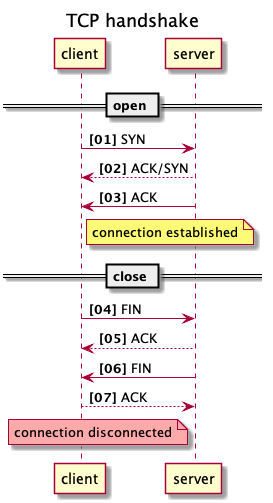
The PlantUML diagram examples/tcp-handshake.png in walterfan/webdiagram, before a commit.
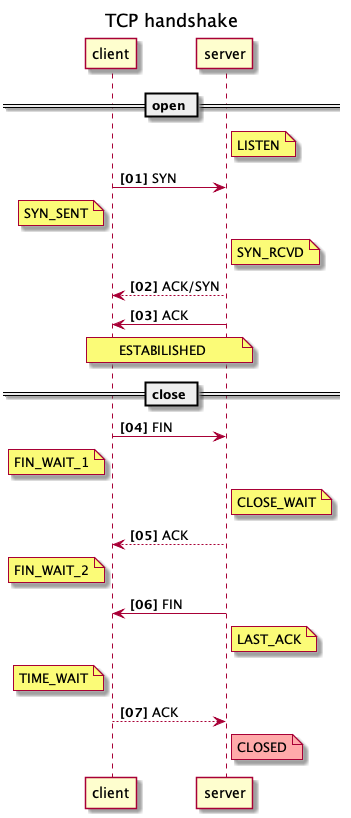
The same diagram one commit later.

The edit, as a diff of the source:
```diff
@@ -1,22 +1,29 @@
 @startuml
-
 title TCP handshake
-
+participant client
+participant server
 autonumber "<b>[00]"
 
 == open ==
-
+note right of server: LISTEN
 client -> server: SYN
+note left of client: SYN_SENT
+note right of server: SYN_RCVD
 server --> client: ACK/SYN
 server -> client: ACK
-note right of client: connection established
+note over client, server: ESTABILISHED
 
 == close ==
 
 client -> server: FIN
+note left of client: FIN_WAIT_1
+note right of server: CLOSE_WAIT
 server --> client: ACK
+note left of client: FIN_WAIT_2
 server -> client: FIN
+note right of server: LAST_ACK
+note left of client: TIME_WAIT
 client --> server: ACK
-note left of server #FFAAAA: connection disconnected
+note right of server #FFAAAA: CLOSED
 
 @enduml
```
